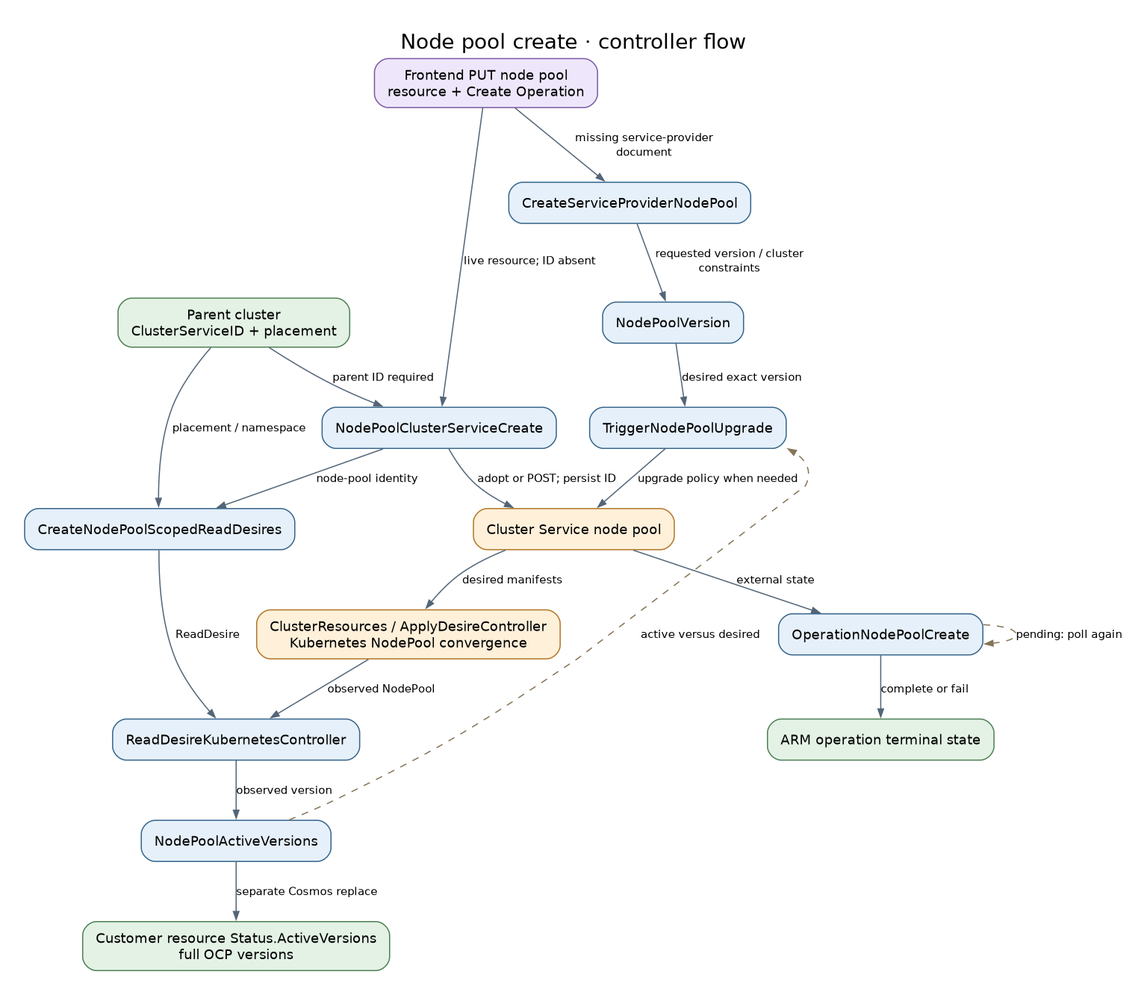
Earlier version of the Graphviz export docs/diagrams/controller-flows/nodepool-create.png (Azure/ARO-HCP). Its source is kept beside it as docs/diagrams/controller-flows/nodepool-create.dot.
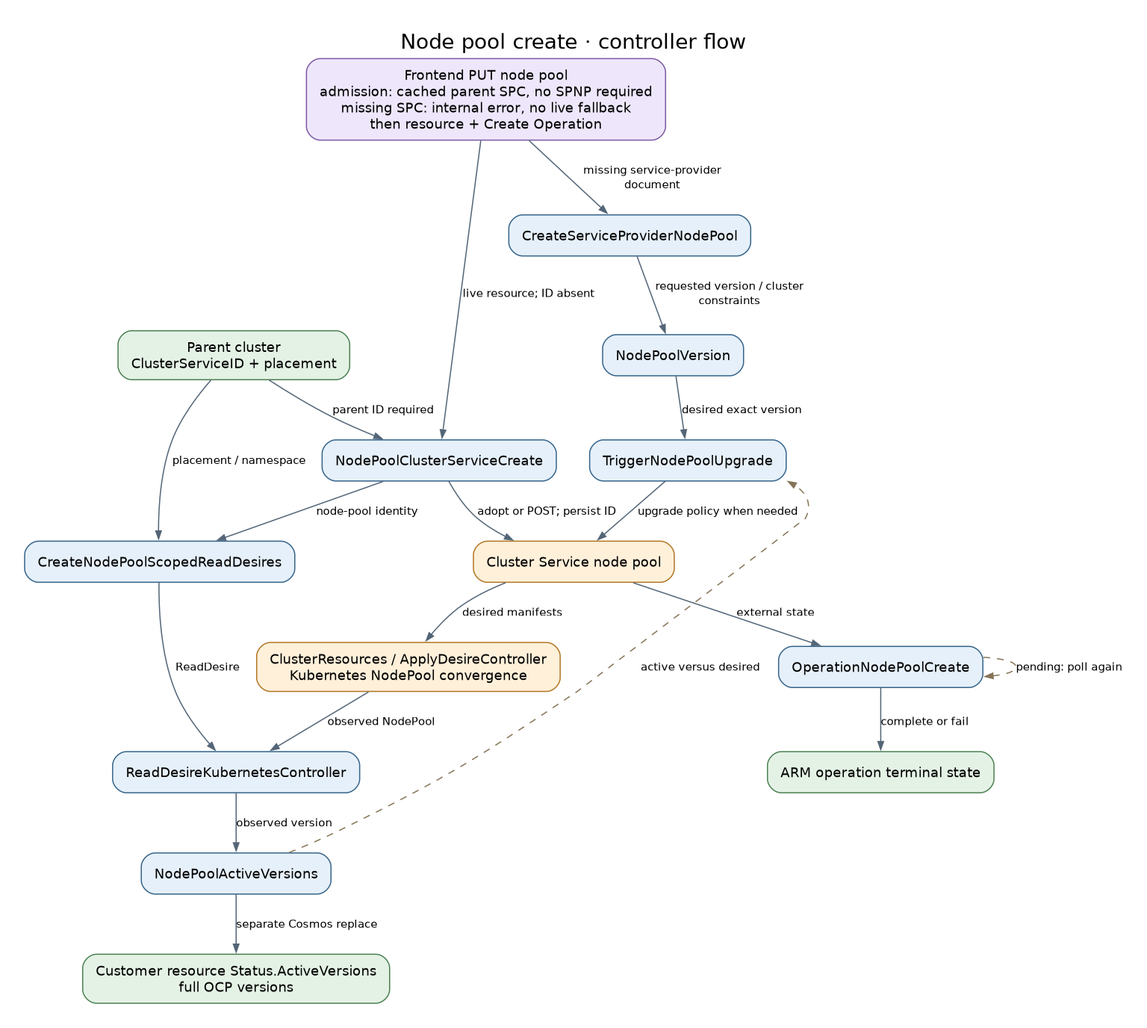
Above is the later version.

Change to the diagram source:
```diff
@@ -2,7 +2,7 @@
   graph [rankdir=TB, bgcolor="white", pad="0.3", nodesep="0.4", ranksep="0.55", fontname="DejaVu Sans", fontsize=18, labelloc=t, label="Node pool create · controller flow", dpi=110];
   node [shape=box, style="rounded,filled", fillcolor="#e6f0fa", color="#35648a", fontname="DejaVu Sans", fontsize=12, margin="0.16,0.10"];
   edge [color="#536577", fontname="DejaVu Sans", fontsize=10, arrowsize=0.7];
-  api [label="Frontend PUT node pool\nresource + Create Operation", fillcolor="#eee7fb", color="#7b59a4"];
+  api [label="Frontend PUT node pool\nadmission: cached parent SPC, no SPNP required\nmissing SPC: internal error, no live fallback\nthen resource + Create Operation", fillcolor="#eee7fb", color="#7b59a4"];
   parent [label="Parent cluster\nClusterServiceID + placement", fillcolor="#e4f2e5", color="#4c8053"];
   create [label="NodePoolClusterServiceCreate", fillcolor="#e6f0fa", color="#35648a"];
   sp [label="CreateServiceProviderNodePool", fillcolor="#e6f0fa", color="#35648a"];
```
